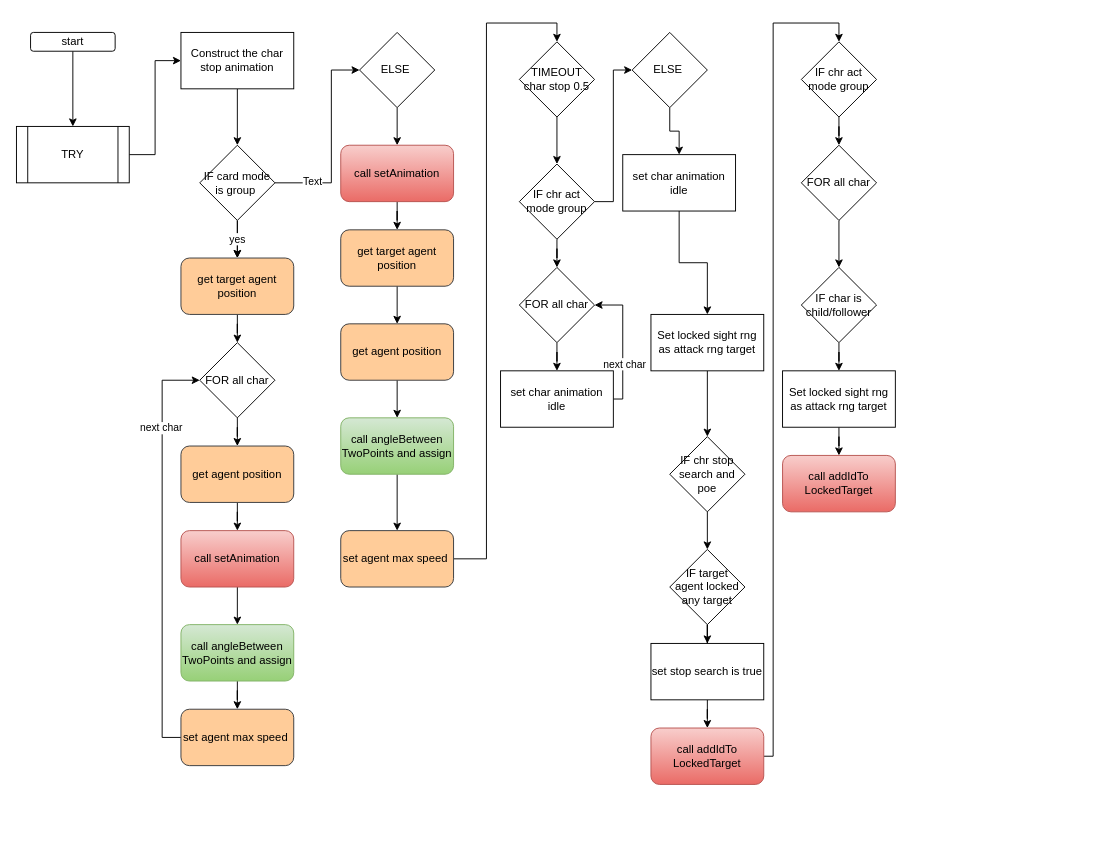
Above: card/triggerAttack.drawio in sivagit/diagrams (draw.io), before the change. Source tidied: cells renumbered, new cells numbered last; positions are measured from the earlier drawing's top-left corner, leaving out a move shared by most shapes. Both pictures are drawn from the tidied source at 94%, with x=0, y=0 at pixel (16, 23).
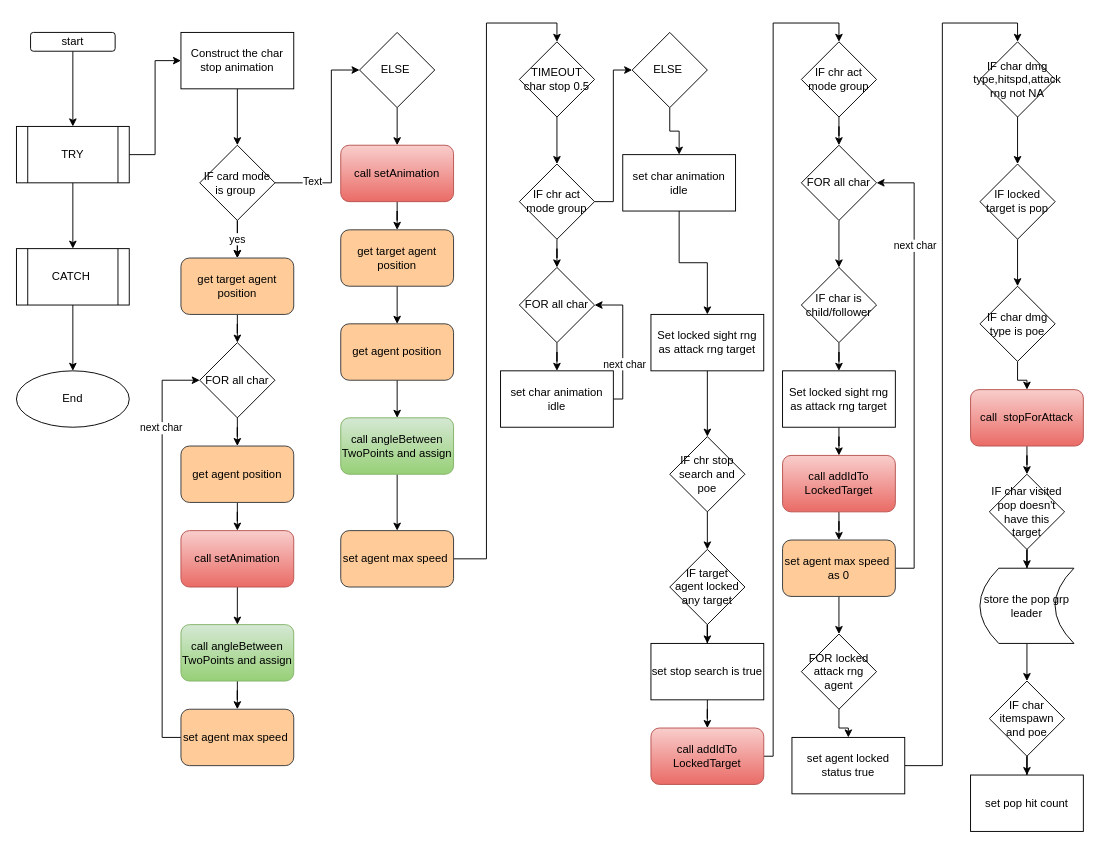
After the change.

The change refers to these unchanged cells:
```xml
<mxCell id="5" value="TRY" style="shape=process;whiteSpace=wrap;html=1;backgroundOutline=1;" parent="1" vertex="1">
  <mxGeometry y="110" width="120" height="60" as="geometry" />
</mxCell>
<mxCell id="65" value="FOR all char" style="rhombus;whiteSpace=wrap;html=1;" parent="1" vertex="1">
  <mxGeometry x="835" y="130" width="80" height="80" as="geometry" />
</mxCell>
<mxCell id="70" value="call&amp;nbsp;addIdTo&lt;br&gt;LockedTarget" style="rounded=1;whiteSpace=wrap;html=1;fillColor=#f8cecc;gradientColor=#ea6b66;strokeColor=#b85450;" parent="1" vertex="1">
  <mxGeometry x="815" y="460" width="120" height="60" as="geometry" />
</mxCell>
```

What changed in the source:
```diff
@@
+    <mxCell id="71" style="edgeStyle=orthogonalEdgeStyle;rounded=0;jettySize=auto;html=1;" parent="1" edge="1" source="5" target="97">
+      <mxGeometry relative="1" as="geometry" />
+    </mxCell>
@@
+    <mxCell id="72" style="edgeStyle=orthogonalEdgeStyle;rounded=0;jettySize=auto;html=1;" parent="1" edge="1" source="70" target="76">
+      <mxGeometry relative="1" as="geometry" />
+    </mxCell>
@@
+    <mxCell id="73" style="edgeStyle=orthogonalEdgeStyle;rounded=0;jettySize=auto;html=1;entryX=1;entryY=0.5;entryDx=0;entryDy=0;" parent="1" edge="1" source="76" target="65">
+      <mxGeometry relative="1" as="geometry">
+        <Array as="points">
+          <mxPoint x="955" y="580" />
+          <mxPoint x="955" y="170" />
+        </Array>
+      </mxGeometry>
+    </mxCell>
+    <mxCell id="74" value="next char" style="edgeLabel;html=1;align=center;verticalAlign=middle;" parent="73" vertex="1">
+      <mxGeometry x="0.55" relative="1" as="geometry" />
+    </mxCell>
+    <mxCell id="75" style="edgeStyle=orthogonalEdgeStyle;rounded=0;jettySize=auto;html=1;" parent="1" edge="1" source="76" target="78">
+      <mxGeometry relative="1" as="geometry" />
+    </mxCell>
+    <mxCell id="76" value="set agent max speed&amp;nbsp; as 0" style="rounded=1;whiteSpace=wrap;html=1;fillColor=#ffcc99;strokeColor=#36393d;" parent="1" vertex="1">
+      <mxGeometry x="815" y="550" width="120" height="60" as="geometry" />
+    </mxCell>
+    <mxCell id="77" style="edgeStyle=orthogonalEdgeStyle;rounded=0;jettySize=auto;html=1;" parent="1" edge="1" source="78" target="80">
+      <mxGeometry relative="1" as="geometry" />
+    </mxCell>
+    <mxCell id="78" value="FOR locked attack rng agent" style="rhombus;whiteSpace=wrap;html=1;" parent="1" vertex="1">
+      <mxGeometry x="835" y="650" width="80" height="80" as="geometry" />
+    </mxCell>
+    <mxCell id="79" style="edgeStyle=orthogonalEdgeStyle;rounded=0;jettySize=auto;html=1;entryX=0.5;entryY=0;entryDx=0;entryDy=0;" parent="1" edge="1" source="80" target="82">
+      <mxGeometry relative="1" as="geometry" />
+    </mxCell>
+    <mxCell id="80" value="set agent locked status true" style="whiteSpace=wrap;html=1;" parent="1" vertex="1">
+      <mxGeometry x="825" y="760" width="120" height="60" as="geometry" />
+    </mxCell>
+    <mxCell id="81" style="edgeStyle=orthogonalEdgeStyle;rounded=0;jettySize=auto;html=1;" parent="1" edge="1" source="82" target="84">
+      <mxGeometry relative="1" as="geometry" />
+    </mxCell>
+    <mxCell id="82" value="IF char dmg type,hitspd,attack rng not NA" style="rhombus;whiteSpace=wrap;html=1;" parent="1" vertex="1">
+      <mxGeometry x="1025" y="20" width="80" height="80" as="geometry" />
+    </mxCell>
+    <mxCell id="83" style="edgeStyle=orthogonalEdgeStyle;rounded=0;jettySize=auto;html=1;" parent="1" edge="1" source="84" target="86">
+      <mxGeometry relative="1" as="geometry" />
+    </mxCell>
+    <mxCell id="84" value="IF locked target is pop" style="rhombus;whiteSpace=wrap;html=1;" parent="1" vertex="1">
+      <mxGeometry x="1025" y="150" width="80" height="80" as="geometry" />
+    </mxCell>
+    <mxCell id="85" style="edgeStyle=orthogonalEdgeStyle;rounded=0;jettySize=auto;html=1;" parent="1" edge="1" source="86" target="88">
+      <mxGeometry relative="1" as="geometry" />
+    </mxCell>
+    <mxCell id="86" value="IF char dmg type is poe" style="rhombus;whiteSpace=wrap;html=1;" parent="1" vertex="1">
+      <mxGeometry x="1025" y="280" width="80" height="80" as="geometry" />
+    </mxCell>
+    <mxCell id="87" style="edgeStyle=orthogonalEdgeStyle;rounded=0;jettySize=auto;html=1;" parent="1" edge="1" source="88" target="90">
+      <mxGeometry relative="1" as="geometry" />
+    </mxCell>
+    <mxCell id="88" value="call&amp;nbsp;&amp;nbsp;stopForAttack" style="rounded=1;whiteSpace=wrap;html=1;fillColor=#f8cecc;gradientColor=#ea6b66;strokeColor=#b85450;" parent="1" vertex="1">
+      <mxGeometry x="1015" y="390" width="120" height="60" as="geometry" />
+    </mxCell>
+    <mxCell id="89" style="edgeStyle=orthogonalEdgeStyle;rounded=0;jettySize=auto;html=1;" parent="1" edge="1" source="90" target="92">
+      <mxGeometry relative="1" as="geometry" />
+    </mxCell>
+    <mxCell id="90" value="IF char visited pop doesn't have this target" style="rhombus;whiteSpace=wrap;html=1;" parent="1" vertex="1">
+      <mxGeometry x="1035" y="480" width="80" height="80" as="geometry" />
+    </mxCell>
+    <mxCell id="91" style="edgeStyle=orthogonalEdgeStyle;rounded=0;jettySize=auto;html=1;" parent="1" edge="1" source="92" target="94">
+      <mxGeometry relative="1" as="geometry" />
+    </mxCell>
+    <mxCell id="92" value="store the pop grp leader" style="shape=dataStorage;whiteSpace=wrap;html=1;fixedSize=1;" parent="1" vertex="1">
+      <mxGeometry x="1025" y="580" width="100" height="80" as="geometry" />
+    </mxCell>
+    <mxCell id="93" style="edgeStyle=orthogonalEdgeStyle;rounded=0;jettySize=auto;html=1;" parent="1" edge="1" source="94" target="95">
+      <mxGeometry relative="1" as="geometry" />
+    </mxCell>
+    <mxCell id="94" value="IF char itemspawn and poe" style="rhombus;whiteSpace=wrap;html=1;" parent="1" vertex="1">
+      <mxGeometry x="1035" y="700" width="80" height="80" as="geometry" />
+    </mxCell>
+    <mxCell id="95" value="set pop hit count" style="whiteSpace=wrap;html=1;" parent="1" vertex="1">
+      <mxGeometry x="1015" y="800" width="120" height="60" as="geometry" />
+    </mxCell>
+    <mxCell id="96" style="edgeStyle=orthogonalEdgeStyle;rounded=0;jettySize=auto;html=1;" parent="1" edge="1" source="97" target="98">
+      <mxGeometry relative="1" as="geometry" />
+    </mxCell>
+    <mxCell id="97" value="CATCH&amp;nbsp;" style="shape=process;whiteSpace=wrap;html=1;backgroundOutline=1;" parent="1" vertex="1">
+      <mxGeometry y="240" width="120" height="60" as="geometry" />
+    </mxCell>
+    <mxCell id="98" value="End" style="ellipse;whiteSpace=wrap;html=1;" parent="1" vertex="1">
+      <mxGeometry y="370" width="120" height="60" as="geometry" />
+    </mxCell>
```
